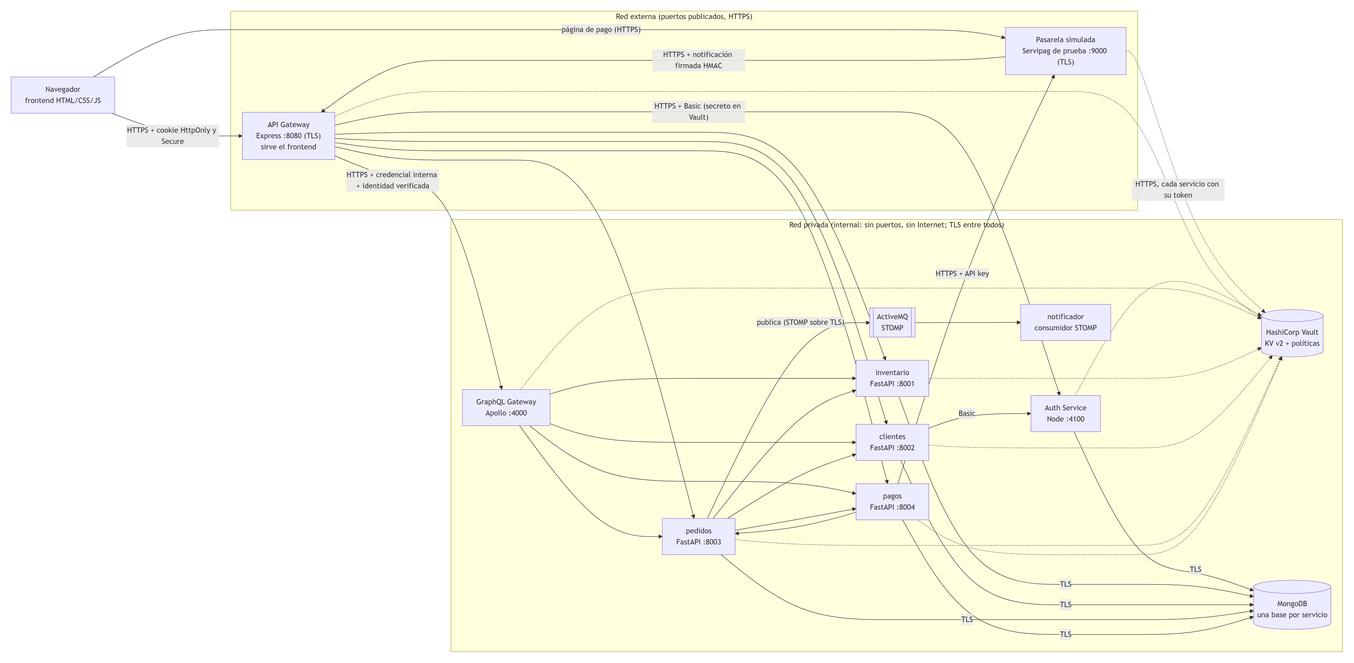
Above: docs/diagramas/componentes.png in kemunozcastillo/DesarrolloWeb_KevinMunoz (Mermaid), before the change. Its source is kept beside it as docs/diagramas/componentes.mmd.
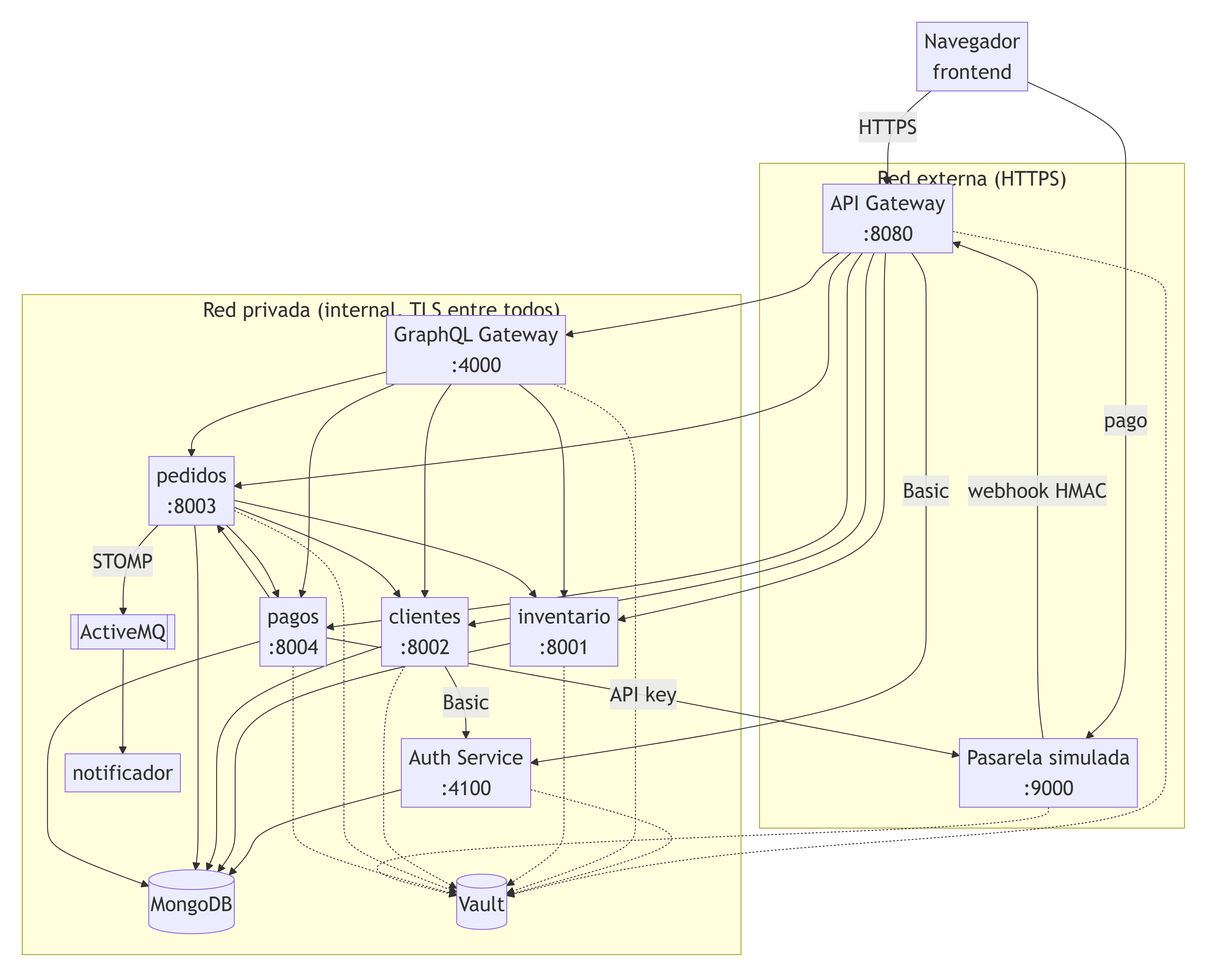
Above is the later version.

Commit message:
Informe: anexo con un ejemplo por contrato, diagramas legibles y ajustes

Diff of the diagram source:
```diff
@@ -1,33 +1,33 @@
-flowchart LR
-  nav["Navegador<br/>frontend HTML/CSS/JS"]
-  subgraph externa["Red externa (puertos publicados, HTTPS)"]
-    gw["API Gateway<br/>Express :8080 (TLS)<br/>sirve el frontend"]
-    pas["Pasarela simulada<br/>Servipag de prueba :9000 (TLS)"]
+%%{init: {"flowchart": {"nodeSpacing": 18, "rankSpacing": 45, "padding": 4}, "themeVariables": {"fontSize": "22px"}}}%%
+flowchart TB
+  nav["Navegador<br/>frontend"]
+  subgraph externa["Red externa (HTTPS)"]
+    gw["API Gateway<br/>:8080"]
+    pas["Pasarela simulada<br/>:9000"]
   end
-  subgraph privada["Red privada (internal: sin puertos, sin Internet; TLS entre todos)"]
-    auth["Auth Service<br/>Node :4100"]
-    gql["GraphQL Gateway<br/>Apollo :4000"]
-    inv["inventario<br/>FastAPI :8001"]
-    cli["clientes<br/>FastAPI :8002"]
-    ped["pedidos<br/>FastAPI :8003"]
-    pag["pagos<br/>FastAPI :8004"]
-    vault[("HashiCorp Vault<br/>KV v2 + políticas")]
-    mongo[("MongoDB<br/>una base por servicio")]
-    mq[["ActiveMQ<br/>STOMP"]]
-    notif["notificador<br/>consumidor STOMP"]
+  subgraph privada["Red privada (internal, TLS entre todos)"]
+    auth["Auth Service<br/>:4100"]
+    gql["GraphQL Gateway<br/>:4000"]
+    inv["inventario<br/>:8001"]
+    cli["clientes<br/>:8002"]
+    ped["pedidos<br/>:8003"]
+    pag["pagos<br/>:8004"]
+    mq[["ActiveMQ"]]
+    notif["notificador"]
+    mongo[("MongoDB")]
+    vault[("Vault")]
   end
-  nav -- "HTTPS + cookie HttpOnly y Secure" --> gw
-  nav -- "página de pago (HTTPS)" --> pas
-  pas -- "HTTPS + notificación firmada HMAC" --> gw
-  gw -- "HTTPS + Basic (secreto en Vault)" --> auth
-  gw -- "HTTPS + credencial interna + identidad verificada" --> gql
+  nav -- "HTTPS" --> gw
+  nav -- "pago" --> pas
+  pas -- "webhook HMAC" --> gw
+  gw -- "Basic" --> auth
+  gw --> gql
   gw --> inv & cli & ped & pag
   gql --> ped & pag & inv & cli
-  cli -- Basic --> auth
+  cli -- "Basic" --> auth
   ped --> inv & cli & pag
   pag --> ped
-  pag -- "HTTPS + API key" --> pas
-  ped -- "publica (STOMP sobre TLS)" --> mq --> notif
-  auth & inv & cli & ped & pag -- "TLS" --> mongo
-  pas -. "HTTPS, cada servicio con su token" .-> vault
-  gw & auth & gql & inv & cli & ped & pag -.-> vault
+  pag -- "API key" --> pas
+  ped -- "STOMP" --> mq --> notif
+  auth & inv & cli & ped & pag --> mongo
+  gw & auth & gql & inv & cli & ped & pag & pas -.-> vault
```
